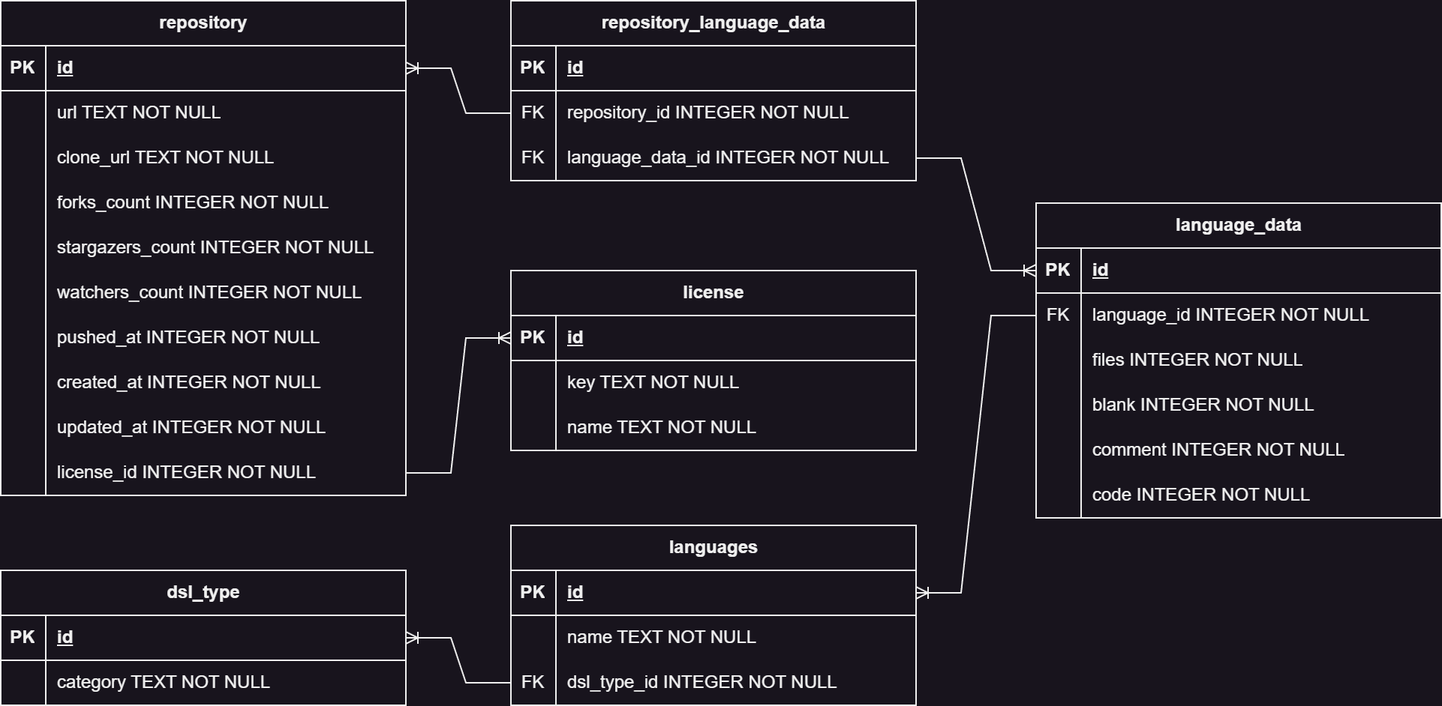
The draw.io diagram connector/db_schema/db.png in aVorotnikov/dsl_analyzer, before a commit. Source tidied: cells renumbered, new cells last; positions are measured from the earlier drawing's top-left corner, leaving out a move shared by most shapes.
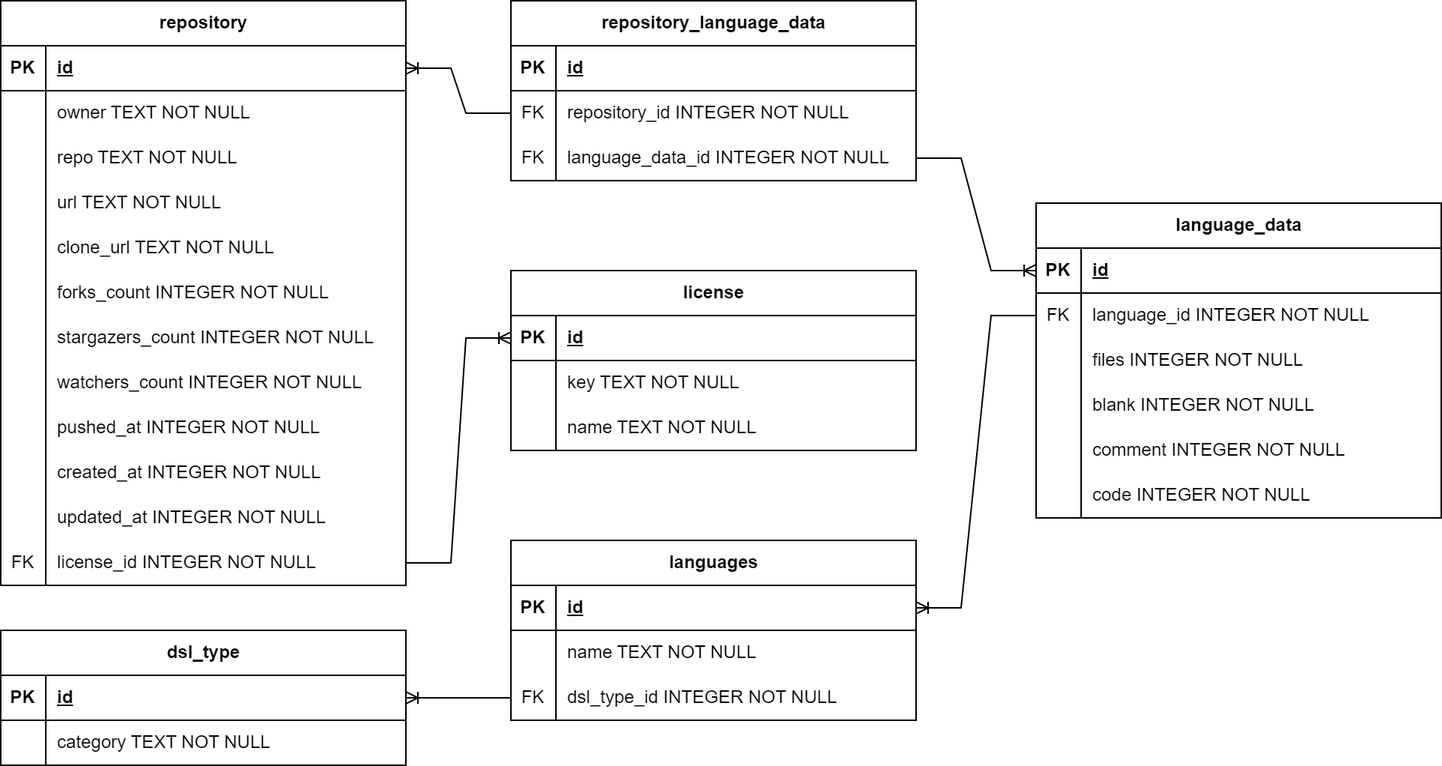
The same diagram one commit later.

What changed in the source:
```diff
@@ -3,7 +3,7 @@
     <mxCell id="0" />
     <mxCell id="1" parent="0" />
     <mxCell id="2" value="dsl_type" style="shape=table;startSize=30;rowLines=0;fontStyle=1;align=center;html=1;" parent="1" vertex="1">
-      <mxGeometry y="380" width="270" height="90" as="geometry" />
+      <mxGeometry y="420" width="270" height="90" as="geometry" />
     </mxCell>
     <mxCell id="3" style="shape=tableRow;horizontal=0;startSize=0;swimlaneHead=0;swimlaneBody=0;fillColor=none;points=[[0,0.5],[1,0.5]];portConstraint=eastwest;top=0;left=0;right=0;bottom=1;" parent="2" vertex="1">
       <mxGeometry y="30" width="270" height="30" as="geometry" />
@@ -24,7 +24,7 @@
       <mxGeometry x="30" width="240" height="30" as="geometry" />
     </mxCell>
     <mxCell id="9" value="languages" style="shape=table;startSize=30;rowLines=0;fontStyle=1;align=center;html=1;" parent="1" vertex="1">
-      <mxGeometry x="340" y="350" width="270" height="120" as="geometry" />
+      <mxGeometry x="340" y="360" width="270" height="120" as="geometry" />
     </mxCell>
     <mxCell id="10" style="shape=tableRow;horizontal=0;startSize=0;swimlaneHead=0;swimlaneBody=0;fillColor=none;points=[[0,0.5],[1,0.5]];portConstraint=eastwest;top=0;left=0;right=0;bottom=1;" parent="9" vertex="1">
       <mxGeometry y="30" width="270" height="30" as="geometry" />
@@ -122,7 +122,7 @@
       </mxGeometry>
     </mxCell>
     <mxCell id="40" value="repository" style="shape=table;startSize=30;rowLines=0;fontStyle=1;align=center;html=1;" parent="1" vertex="1">
-      <mxGeometry width="270" height="330" as="geometry" />
+      <mxGeometry width="270" height="390" as="geometry" />
     </mxCell>
     <mxCell id="41" style="shape=tableRow;horizontal=0;startSize=0;swimlaneHead=0;swimlaneBody=0;fillColor=none;points=[[0,0.5],[1,0.5]];portConstraint=eastwest;top=0;left=0;right=0;bottom=1;" parent="40" vertex="1">
       <mxGeometry y="30" width="270" height="30" as="geometry" />
@@ -133,8 +133,26 @@
     <mxCell id="43" value="id" style="shape=partialRectangle;fillColor=none;top=0;left=0;bottom=0;right=0;align=left;spacingLeft=6;fontStyle=5;overflow=hidden;whiteSpace=wrap;html=1;" parent="41" vertex="1">
       <mxGeometry x="30" width="240" height="30" as="geometry" />
     </mxCell>
+    <mxCell id="94" style="shape=tableRow;horizontal=0;startSize=0;swimlaneHead=0;swimlaneBody=0;fillColor=none;top=0;left=0;right=0;bottom=0;" parent="40" vertex="1">
+      <mxGeometry y="60" width="270" height="30" as="geometry" />
+    </mxCell>
+    <mxCell id="95" style="shape=partialRectangle;fillColor=none;top=0;left=0;bottom=0;right=0;overflow=hidden;whiteSpace=wrap;html=1;" parent="94" vertex="1">
+      <mxGeometry width="30" height="30" as="geometry" />
+    </mxCell>
+    <mxCell id="96" value="owner TEXT NOT NULL" style="shape=partialRectangle;fillColor=none;top=0;left=0;bottom=0;right=0;align=left;spacingLeft=6;overflow=hidden;whiteSpace=wrap;html=1;" parent="94" vertex="1">
+      <mxGeometry x="30" width="240" height="30" as="geometry" />
+    </mxCell>
+    <mxCell id="97" style="shape=tableRow;horizontal=0;startSize=0;swimlaneHead=0;swimlaneBody=0;fillColor=none;top=0;left=0;right=0;bottom=0;" parent="40" vertex="1">
+      <mxGeometry y="90" width="270" height="30" as="geometry" />
+    </mxCell>
+    <mxCell id="98" style="shape=partialRectangle;fillColor=none;top=0;left=0;bottom=0;right=0;overflow=hidden;whiteSpace=wrap;html=1;" parent="97" vertex="1">
+      <mxGeometry width="30" height="30" as="geometry" />
+    </mxCell>
+    <mxCell id="99" value="repo TEXT NOT NULL" style="shape=partialRectangle;fillColor=none;top=0;left=0;bottom=0;right=0;align=left;spacingLeft=6;overflow=hidden;whiteSpace=wrap;html=1;" parent="97" vertex="1">
+      <mxGeometry x="30" width="240" height="30" as="geometry" />
+    </mxCell>
     <mxCell id="44" style="shape=tableRow;horizontal=0;startSize=0;swimlaneHead=0;swimlaneBody=0;fillColor=none;top=0;left=0;right=0;bottom=0;" parent="40" vertex="1">
-      <mxGeometry y="60" width="270" height="30" as="geometry" />
+      <mxGeometry y="120" width="270" height="30" as="geometry" />
     </mxCell>
     <mxCell id="45" style="shape=partialRectangle;fillColor=none;top=0;left=0;bottom=0;right=0;overflow=hidden;whiteSpace=wrap;html=1;" parent="44" vertex="1">
       <mxGeometry width="30" height="30" as="geometry" />
@@ -143,7 +161,7 @@
       <mxGeometry x="30" width="240" height="30" as="geometry" />
     </mxCell>
     <mxCell id="47" style="shape=tableRow;horizontal=0;startSize=0;swimlaneHead=0;swimlaneBody=0;fillColor=none;top=0;left=0;right=0;bottom=0;" parent="40" vertex="1">
-      <mxGeometry y="90" width="270" height="30" as="geometry" />
+      <mxGeometry y="150" width="270" height="30" as="geometry" />
     </mxCell>
     <mxCell id="48" style="shape=partialRectangle;fillColor=none;top=0;left=0;bottom=0;right=0;overflow=hidden;whiteSpace=wrap;html=1;" parent="47" vertex="1">
       <mxGeometry width="30" height="30" as="geometry" />
@@ -152,7 +170,7 @@
       <mxGeometry x="30" width="240" height="30" as="geometry" />
     </mxCell>
     <mxCell id="50" style="shape=tableRow;horizontal=0;startSize=0;swimlaneHead=0;swimlaneBody=0;fillColor=none;top=0;left=0;right=0;bottom=0;" parent="40" vertex="1">
-      <mxGeometry y="120" width="270" height="30" as="geometry" />
+      <mxGeometry y="180" width="270" height="30" as="geometry" />
     </mxCell>
     <mxCell id="51" style="shape=partialRectangle;fillColor=none;top=0;left=0;bottom=0;right=0;overflow=hidden;whiteSpace=wrap;html=1;" parent="50" vertex="1">
       <mxGeometry width="30" height="30" as="geometry" />
@@ -161,7 +179,7 @@
       <mxGeometry x="30" width="240" height="30" as="geometry" />
     </mxCell>
     <mxCell id="53" style="shape=tableRow;horizontal=0;startSize=0;swimlaneHead=0;swimlaneBody=0;fillColor=none;top=0;left=0;right=0;bottom=0;" parent="40" vertex="1">
-      <mxGeometry y="150" width="270" height="30" as="geometry" />
+      <mxGeometry y="210" width="270" height="30" as="geometry" />
     </mxCell>
     <mxCell id="54" style="shape=partialRectangle;fillColor=none;top=0;left=0;bottom=0;right=0;overflow=hidden;whiteSpace=wrap;html=1;" parent="53" vertex="1">
       <mxGeometry width="30" height="30" as="geometry" />
@@ -170,7 +188,7 @@
       <mxGeometry x="30" width="240" height="30" as="geometry" />
     </mxCell>
     <mxCell id="56" style="shape=tableRow;horizontal=0;startSize=0;swimlaneHead=0;swimlaneBody=0;fillColor=none;top=0;left=0;right=0;bottom=0;" parent="40" vertex="1">
-      <mxGeometry y="180" width="270" height="30" as="geometry" />
+      <mxGeometry y="240" width="270" height="30" as="geometry" />
     </mxCell>
     <mxCell id="57" style="shape=partialRectangle;fillColor=none;top=0;left=0;bottom=0;right=0;overflow=hidden;whiteSpace=wrap;html=1;" parent="56" vertex="1">
       <mxGeometry width="30" height="30" as="geometry" />
@@ -179,7 +197,7 @@
       <mxGeometry x="30" width="240" height="30" as="geometry" />
     </mxCell>
     <mxCell id="59" style="shape=tableRow;horizontal=0;startSize=0;swimlaneHead=0;swimlaneBody=0;fillColor=none;top=0;left=0;right=0;bottom=0;" parent="40" vertex="1">
-      <mxGeometry y="210" width="270" height="30" as="geometry" />
+      <mxGeometry y="270" width="270" height="30" as="geometry" />
     </mxCell>
     <mxCell id="60" style="shape=partialRectangle;fillColor=none;top=0;left=0;bottom=0;right=0;overflow=hidden;whiteSpace=wrap;html=1;" parent="59" vertex="1">
       <mxGeometry width="30" height="30" as="geometry" />
@@ -188,7 +206,7 @@
       <mxGeometry x="30" width="240" height="30" as="geometry" />
     </mxCell>
     <mxCell id="62" style="shape=tableRow;horizontal=0;startSize=0;swimlaneHead=0;swimlaneBody=0;fillColor=none;top=0;left=0;right=0;bottom=0;" parent="40" vertex="1">
-      <mxGeometry y="240" width="270" height="30" as="geometry" />
+      <mxGeometry y="300" width="270" height="30" as="geometry" />
     </mxCell>
     <mxCell id="63" style="shape=partialRectangle;fillColor=none;top=0;left=0;bottom=0;right=0;overflow=hidden;whiteSpace=wrap;html=1;" parent="62" vertex="1">
       <mxGeometry width="30" height="30" as="geometry" />
@@ -197,7 +215,7 @@
       <mxGeometry x="30" width="240" height="30" as="geometry" />
     </mxCell>
     <mxCell id="65" style="shape=tableRow;horizontal=0;startSize=0;swimlaneHead=0;swimlaneBody=0;fillColor=none;top=0;left=0;right=0;bottom=0;" parent="40" vertex="1">
-      <mxGeometry y="270" width="270" height="30" as="geometry" />
+      <mxGeometry y="330" width="270" height="30" as="geometry" />
     </mxCell>
     <mxCell id="66" style="shape=partialRectangle;fillColor=none;top=0;left=0;bottom=0;right=0;overflow=hidden;whiteSpace=wrap;html=1;" parent="65" vertex="1">
       <mxGeometry width="30" height="30" as="geometry" />
@@ -206,9 +224,9 @@
       <mxGeometry x="30" width="240" height="30" as="geometry" />
     </mxCell>
     <mxCell id="68" style="shape=tableRow;horizontal=0;startSize=0;swimlaneHead=0;swimlaneBody=0;fillColor=none;points=[[0,0.5],[1,0.5]];portConstraint=eastwest;top=0;left=0;right=0;bottom=0;" parent="40" vertex="1">
-      <mxGeometry y="300" width="270" height="30" as="geometry" />
+      <mxGeometry y="360" width="270" height="30" as="geometry" />
     </mxCell>
-    <mxCell id="69" style="shape=partialRectangle;fillColor=none;top=0;left=0;bottom=0;right=0;overflow=hidden;whiteSpace=wrap;html=1;" parent="68" vertex="1">
+    <mxCell id="69" value="FK" style="shape=partialRectangle;fillColor=none;top=0;left=0;bottom=0;right=0;overflow=hidden;whiteSpace=wrap;html=1;" parent="68" vertex="1">
       <mxGeometry width="30" height="30" as="geometry" />
     </mxCell>
     <mxCell id="70" value="license_id INTEGER NOT NULL" style="shape=partialRectangle;fillColor=none;top=0;left=0;bottom=0;right=0;align=left;spacingLeft=6;overflow=hidden;whiteSpace=wrap;html=1;" parent="68" vertex="1">
```
